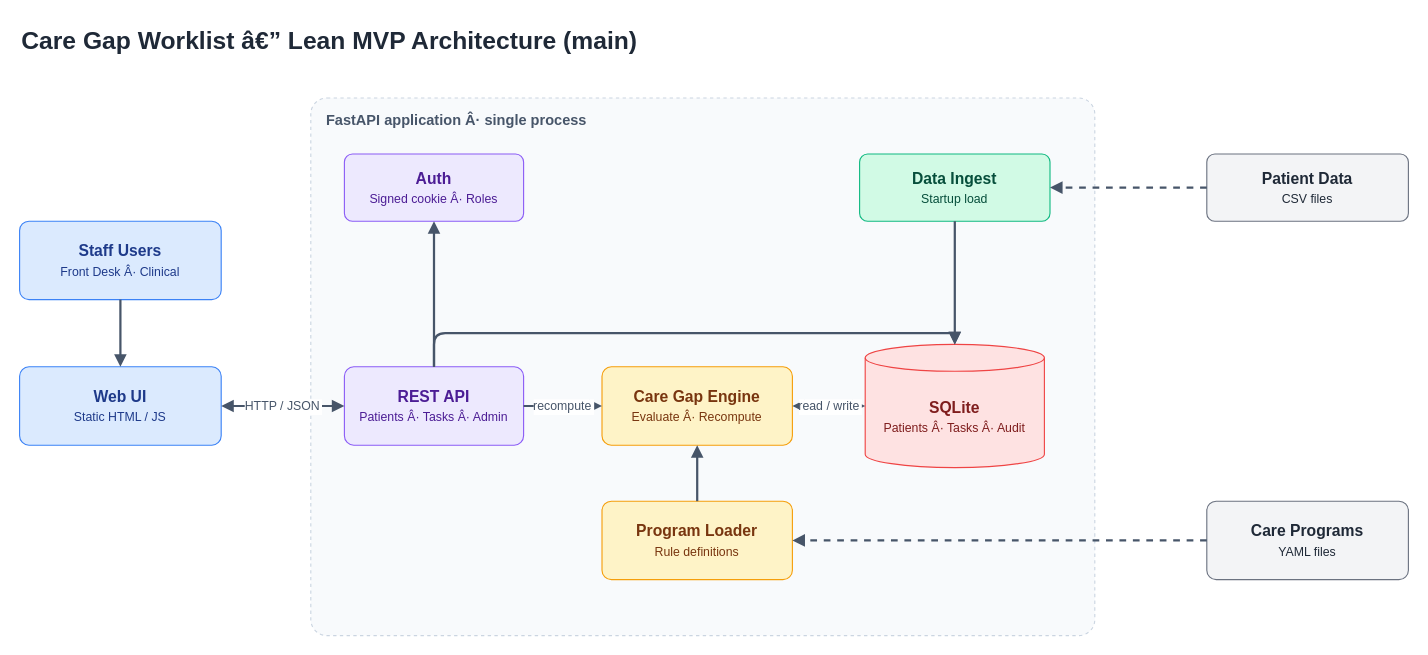
Before: docs/architecture.drawio in FuriousApe/eCares, a draw.io diagram. Source tidied: cells renumbered, new cells numbered last; positions are measured from the earlier drawing's top-left corner, leaving out a move shared by most shapes. Both pictures are drawn from the tidied source at 112%, with x=0, y=0 at pixel (19, 19).
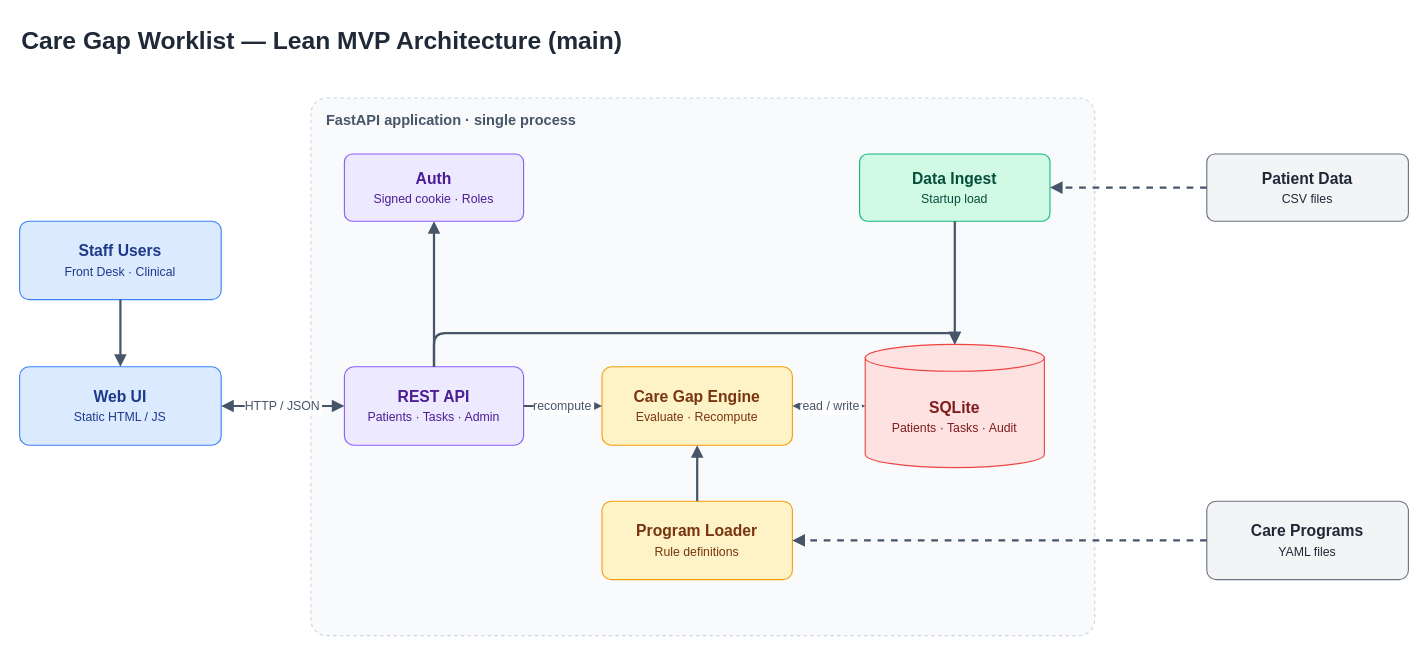
Above is the later version.

Commit message:
Fix garbled characters in architecture diagram

The edit, as a diff of the source:
```diff
@@
-    <mxCell id="2" value="Care Gap Worklist â€” Lean MVP Architecture (main)" style="text;html=1;fontSize=22;fontStyle=1;fontColor=#1F2937;align=left;verticalAlign=middle;" parent="1" vertex="1">
+    <mxCell id="2" value="Care Gap Worklist — Lean MVP Architecture (main)" style="text;html=1;fontSize=22;fontStyle=1;fontColor=#1F2937;align=left;verticalAlign=middle;" parent="1" vertex="1">
       <mxGeometry width="900" height="40" as="geometry" />
     </mxCell>
-    <mxCell id="3" value="FastAPI application Â· single process" style="rounded=1;whiteSpace=wrap;html=1;fillColor=#F8FAFC;strokeColor=#CBD5E1;dashed=1;verticalAlign=top;align=left;spacingLeft=12;spacingTop=6;fontSize=13;fontStyle=1;fontColor=#475569;arcSize=3;" parent="1" vertex="1">
+    <mxCell id="3" value="FastAPI application · single process" style="rounded=1;whiteSpace=wrap;html=1;fillColor=#F8FAFC;strokeColor=#CBD5E1;dashed=1;verticalAlign=top;align=left;spacingLeft=12;spacingTop=6;fontSize=13;fontStyle=1;fontColor=#475569;arcSize=3;" parent="1" vertex="1">
       <mxGeometry x="260" y="70" width="700" height="480" as="geometry" />
     </mxCell>
-    <mxCell id="4" value="Staff Users&lt;br&gt;&lt;font style=&quot;font-size:11px;font-weight:normal&quot;&gt;Front Desk Â· Clinical&lt;/font&gt;" style="rounded=1;arcSize=12;whiteSpace=wrap;html=1;fillColor=#DBEAFE;strokeColor=#3B82F6;fontColor=#1E3A8A;fontSize=14;fontStyle=1;" parent="1" vertex="1">
+    <mxCell id="4" value="Staff Users&lt;br&gt;&lt;font style=&quot;font-size:11px;font-weight:normal&quot;&gt;Front Desk · Clinical&lt;/font&gt;" style="rounded=1;arcSize=12;whiteSpace=wrap;html=1;fillColor=#DBEAFE;strokeColor=#3B82F6;fontColor=#1E3A8A;fontSize=14;fontStyle=1;" parent="1" vertex="1">
       <mxGeometry y="180" width="180" height="70" as="geometry" />
     </mxCell>
@@
-    <mxCell id="6" value="Auth&lt;br&gt;&lt;font style=&quot;font-size:11px;font-weight:normal&quot;&gt;Signed cookie Â· Roles&lt;/font&gt;" style="rounded=1;arcSize=12;whiteSpace=wrap;html=1;fillColor=#EDE9FE;strokeColor=#8B5CF6;fontColor=#4C1D95;fontSize=14;fontStyle=1;" parent="1" vertex="1">
+    <mxCell id="6" value="Auth&lt;br&gt;&lt;font style=&quot;font-size:11px;font-weight:normal&quot;&gt;Signed cookie · Roles&lt;/font&gt;" style="rounded=1;arcSize=12;whiteSpace=wrap;html=1;fillColor=#EDE9FE;strokeColor=#8B5CF6;fontColor=#4C1D95;fontSize=14;fontStyle=1;" parent="1" vertex="1">
       <mxGeometry x="290" y="120" width="160" height="60" as="geometry" />
     </mxCell>
-    <mxCell id="7" value="REST API&lt;br&gt;&lt;font style=&quot;font-size:11px;font-weight:normal&quot;&gt;Patients Â· Tasks Â· Admin&lt;/font&gt;" style="rounded=1;arcSize=12;whiteSpace=wrap;html=1;fillColor=#EDE9FE;strokeColor=#8B5CF6;fontColor=#4C1D95;fontSize=14;fontStyle=1;" parent="1" vertex="1">
+    <mxCell id="7" value="REST API&lt;br&gt;&lt;font style=&quot;font-size:11px;font-weight:normal&quot;&gt;Patients · Tasks · Admin&lt;/font&gt;" style="rounded=1;arcSize=12;whiteSpace=wrap;html=1;fillColor=#EDE9FE;strokeColor=#8B5CF6;fontColor=#4C1D95;fontSize=14;fontStyle=1;" parent="1" vertex="1">
       <mxGeometry x="290" y="310" width="160" height="70" as="geometry" />
     </mxCell>
-    <mxCell id="8" value="Care Gap Engine&lt;br&gt;&lt;font style=&quot;font-size:11px;font-weight:normal&quot;&gt;Evaluate Â· Recompute&lt;/font&gt;" style="rounded=1;arcSize=12;whiteSpace=wrap;html=1;fillColor=#FEF3C7;strokeColor=#F59E0B;fontColor=#78350F;fontSize=14;fontStyle=1;" parent="1" vertex="1">
+    <mxCell id="8" value="Care Gap Engine&lt;br&gt;&lt;font style=&quot;font-size:11px;font-weight:normal&quot;&gt;Evaluate · Recompute&lt;/font&gt;" style="rounded=1;arcSize=12;whiteSpace=wrap;html=1;fillColor=#FEF3C7;strokeColor=#F59E0B;fontColor=#78350F;fontSize=14;fontStyle=1;" parent="1" vertex="1">
       <mxGeometry x="520" y="310" width="170" height="70" as="geometry" />
     </mxCell>
@@
-    <mxCell id="11" value="SQLite&lt;br&gt;&lt;font style=&quot;font-size:11px;font-weight:normal&quot;&gt;Patients Â· Tasks Â· Audit&lt;/font&gt;" style="shape=cylinder3;boundedLbl=1;backgroundOutline=1;size=12;whiteSpace=wrap;html=1;fillColor=#FEE2E2;strokeColor=#EF4444;fontColor=#7F1D1D;fontSize=14;fontStyle=1;" parent="1" vertex="1">
+    <mxCell id="11" value="SQLite&lt;br&gt;&lt;font style=&quot;font-size:11px;font-weight:normal&quot;&gt;Patients · Tasks · Audit&lt;/font&gt;" style="shape=cylinder3;boundedLbl=1;backgroundOutline=1;size=12;whiteSpace=wrap;html=1;fillColor=#FEE2E2;strokeColor=#EF4444;fontColor=#7F1D1D;fontSize=14;fontStyle=1;" parent="1" vertex="1">
       <mxGeometry x="755" y="290" width="160" height="110" as="geometry" />
     </mxCell>
```
